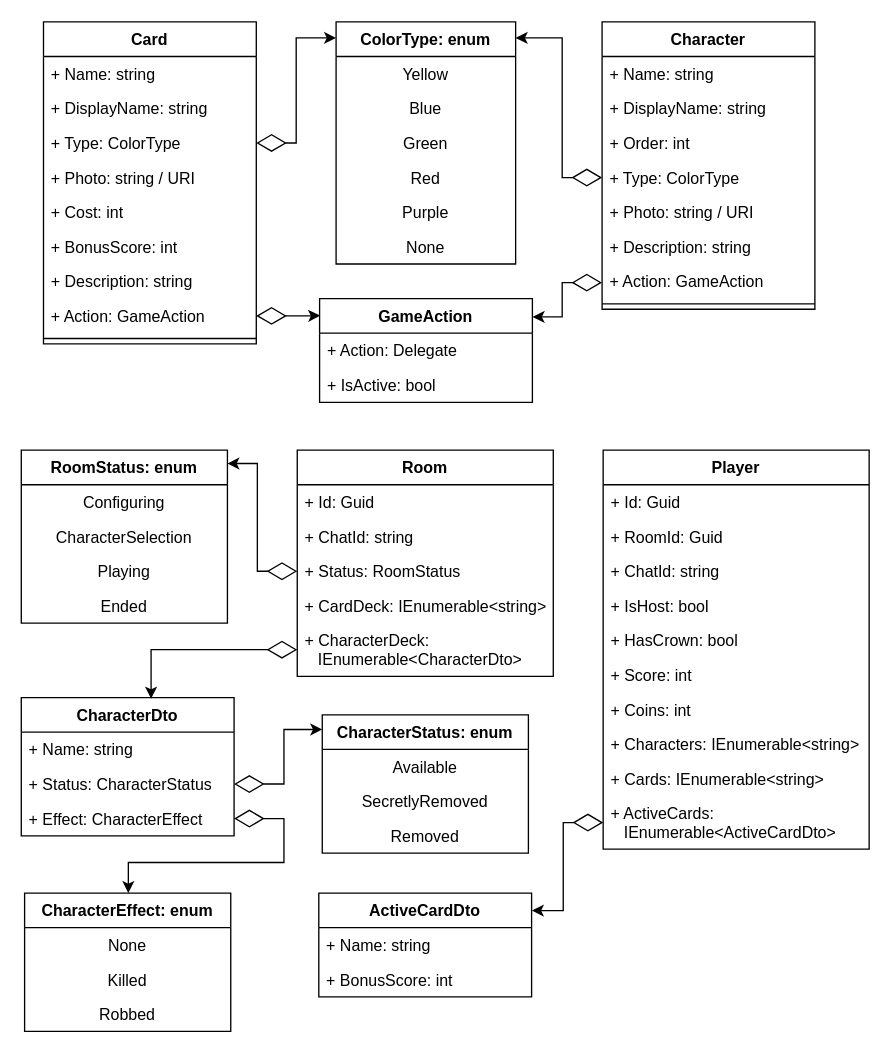
The draw.io diagram docs/UML-diagram.drawio in AntonArtomovNM/KCAA, before the edit. Source tidied: cells renumbered, new cells numbered last; positions are measured from the earlier drawing's top-left corner, leaving out a move shared by most shapes. Both pictures are drawn from the tidied source at 133%, with x=0, y=0 at pixel (20, 21).
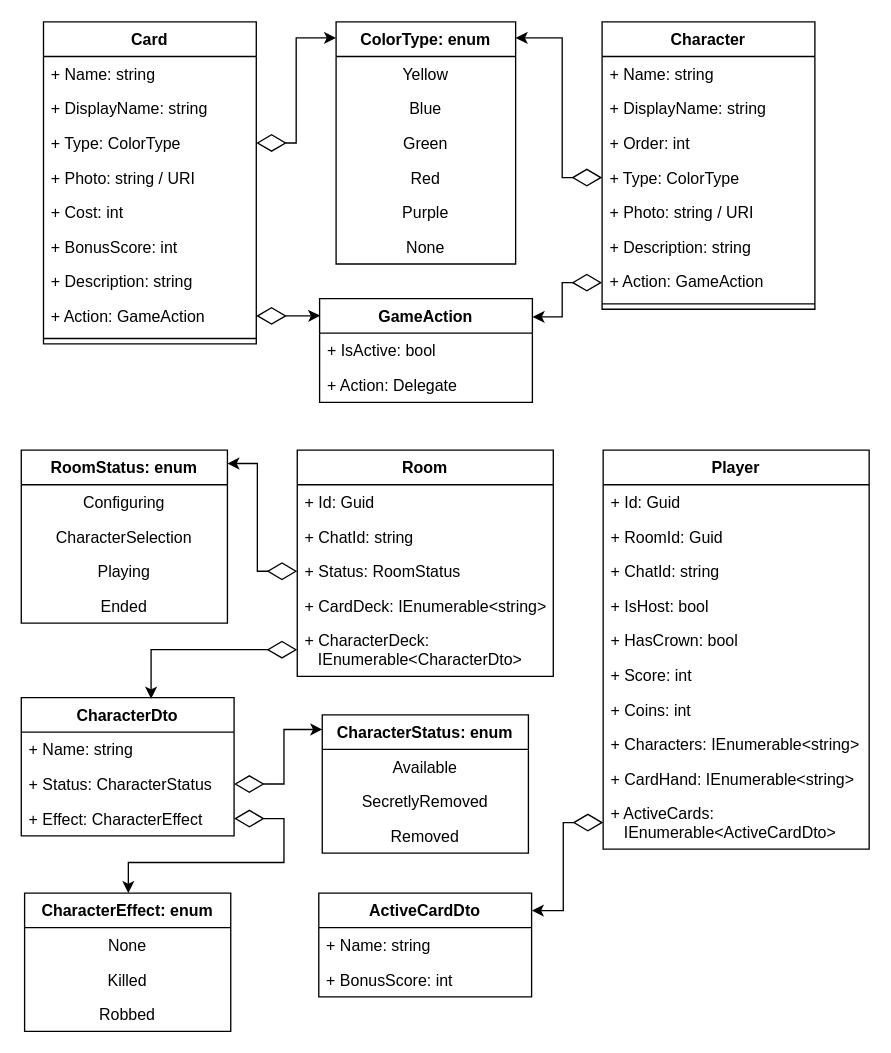
The same page after the edit.

Unchanged cells that the change refers to:
```xml
<mxCell id="28" value="GameAction" style="swimlane;fontStyle=1;align=center;verticalAlign=top;horizontal=1;startSize=26;" parent="1" vertex="1">
  <mxGeometry x="224.8" y="208" width="160" height="78" as="geometry" />
</mxCell>
<mxCell id="64" value="Player" style="swimlane;fontStyle=1;align=center;verticalAlign=top;horizontal=1;startSize=26;" parent="1" vertex="1">
  <mxGeometry x="438" y="322" width="200" height="300" as="geometry" />
</mxCell>
```

What changed in the source:
```diff
@@
+    <mxCell id="30" value="+ IsActive: bool" style="text;strokeColor=none;fillColor=none;align=left;verticalAlign=top;spacingLeft=4;spacingRight=4;overflow=hidden;" parent="28" vertex="1">
+      <mxGeometry y="26" width="160" height="26" as="geometry" />
+    </mxCell>
     <mxCell id="29" value="+ Action: Delegate" style="text;strokeColor=none;fillColor=none;align=left;verticalAlign=top;spacingLeft=4;spacingRight=4;overflow=hidden;" parent="28" vertex="1">
-      <mxGeometry y="26" width="160" height="26" as="geometry" />
+      <mxGeometry y="52" width="160" height="26" as="geometry" />
     </mxCell>
-    <mxCell id="30" value="+ IsActive: bool" style="text;strokeColor=none;fillColor=none;align=left;verticalAlign=top;spacingLeft=4;spacingRight=4;overflow=hidden;" parent="28" vertex="1">
-      <mxGeometry y="52" width="160" height="26" as="geometry" />
-    </mxCell>
@@
-    <mxCell id="73" value="+ Cards: IEnumerable&lt;string&gt;" style="text;strokeColor=none;fillColor=none;align=left;verticalAlign=top;spacingLeft=4;spacingRight=4;overflow=hidden;" parent="64" vertex="1">
+    <mxCell id="73" value="+ CardHand: IEnumerable&lt;string&gt;" style="text;strokeColor=none;fillColor=none;align=left;verticalAlign=top;spacingLeft=4;spacingRight=4;overflow=hidden;" parent="64" vertex="1">
       <mxGeometry y="234" width="200" height="26" as="geometry" />
     </mxCell>
```
